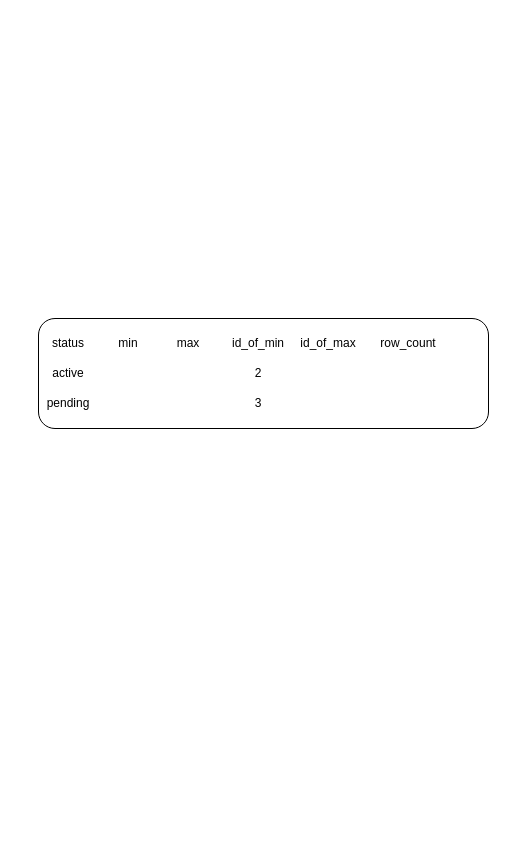
The draw.io diagram page "icon_AGG" (3 of 3) of docs/schemas.drawio in ewanld/pg_formulas, before the edit. Source tidied: cells renumbered, new cells numbered last; positions are measured from the earlier drawing's top-left corner, leaving out a move shared by most shapes. Both pictures are drawn from the tidied source at 100%, with x=0, y=0 at pixel (38, 318).
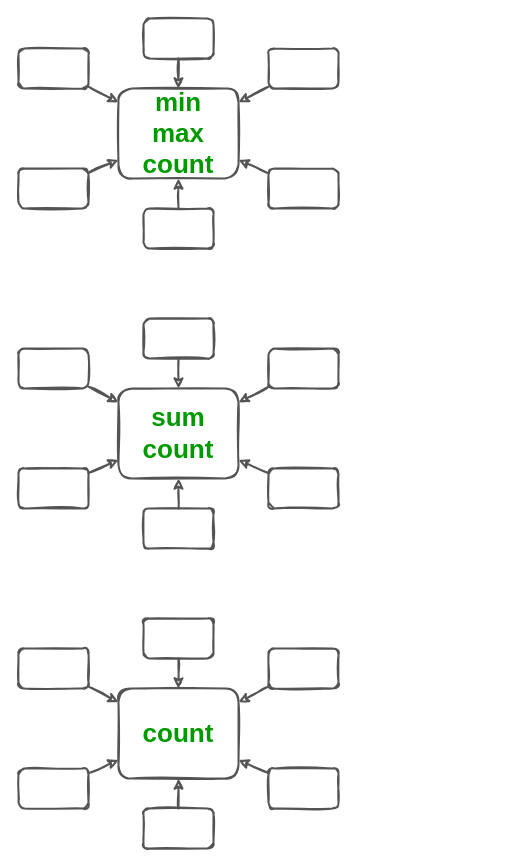
The same page after the edit.

What changed in the source:
```diff
@@
-    <mxCell id="2" style="rounded=1;whiteSpace=wrap;html=1;" parent="1" vertex="1">
-      <mxGeometry width="450" height="110" as="geometry" />
-    </mxCell>
-    <mxCell id="3" value="status" style="text;html=1;strokeColor=none;fillColor=none;align=center;verticalAlign=middle;whiteSpace=wrap;rounded=0;" parent="1" vertex="1">
-      <mxGeometry y="10" width="60" height="30" as="geometry" />
-    </mxCell>
-    <mxCell id="4" value="min" style="text;html=1;strokeColor=none;fillColor=none;align=center;verticalAlign=middle;whiteSpace=wrap;rounded=0;" parent="1" vertex="1">
-      <mxGeometry x="60" y="10" width="60" height="30" as="geometry" />
-    </mxCell>
-    <mxCell id="5" value="max" style="text;html=1;strokeColor=none;fillColor=none;align=center;verticalAlign=middle;whiteSpace=wrap;rounded=0;" parent="1" vertex="1">
-      <mxGeometry x="120" y="10" width="60" height="30" as="geometry" />
-    </mxCell>
-    <mxCell id="6" value="id_of_min" style="text;html=1;strokeColor=none;fillColor=none;align=center;verticalAlign=middle;whiteSpace=wrap;rounded=0;" parent="1" vertex="1">
-      <mxGeometry x="190" y="10" width="60" height="30" as="geometry" />
-    </mxCell>
-    <mxCell id="7" value="id_of_max" style="text;html=1;strokeColor=none;fillColor=none;align=center;verticalAlign=middle;whiteSpace=wrap;rounded=0;" parent="1" vertex="1">
-      <mxGeometry x="260" y="10" width="60" height="30" as="geometry" />
-    </mxCell>
-    <mxCell id="8" value="row_count" style="text;html=1;strokeColor=none;fillColor=none;align=center;verticalAlign=middle;whiteSpace=wrap;rounded=0;" parent="1" vertex="1">
-      <mxGeometry x="340" y="10" width="60" height="30" as="geometry" />
-    </mxCell>
-    <mxCell id="9" value="active" style="text;html=1;strokeColor=none;fillColor=none;align=center;verticalAlign=middle;whiteSpace=wrap;rounded=0;" parent="1" vertex="1">
-      <mxGeometry y="40" width="60" height="30" as="geometry" />
-    </mxCell>
-    <mxCell id="10" value="pending" style="text;html=1;strokeColor=none;fillColor=none;align=center;verticalAlign=middle;whiteSpace=wrap;rounded=0;" parent="1" vertex="1">
-      <mxGeometry y="70" width="60" height="30" as="geometry" />
-    </mxCell>
-    <mxCell id="11" value="2" style="text;html=1;strokeColor=none;fillColor=none;align=center;verticalAlign=middle;whiteSpace=wrap;rounded=0;" parent="1" vertex="1">
-      <mxGeometry x="190" y="40" width="60" height="30" as="geometry" />
-    </mxCell>
-    <mxCell id="12" value="3" style="text;html=1;strokeColor=none;fillColor=none;align=center;verticalAlign=middle;whiteSpace=wrap;rounded=0;" parent="1" vertex="1">
-      <mxGeometry x="190" y="70" width="60" height="30" as="geometry" />
-    </mxCell>
+    <mxCell id="13" value="min&lt;br style=&quot;font-size: 26px&quot;&gt;max&lt;br style=&quot;font-size: 26px&quot;&gt;count" style="rounded=1;whiteSpace=wrap;html=1;fontSize=26;fontColor=#009900;fontStyle=1;strokeColor=#545454;strokeWidth=2;sketch=1;" parent="1" vertex="1">
+      <mxGeometry x="80" y="-230" width="120" height="90" as="geometry" />
+    </mxCell>
+    <mxCell id="14" style="rounded=1;whiteSpace=wrap;html=1;strokeColor=#545454;strokeWidth=2;sketch=1;" parent="1" vertex="1">
+      <mxGeometry x="105" y="-300" width="70" height="40" as="geometry" />
+    </mxCell>
+    <mxCell id="15" style="endArrow=classic;html=1;rounded=0;strokeColor=#545454;strokeWidth=2;sketch=1;" parent="1" edge="1" source="14" target="13">
+      <mxGeometry relative="1" as="geometry" />
+    </mxCell>
+    <mxCell id="16" style="rounded=1;whiteSpace=wrap;html=1;strokeColor=#545454;strokeWidth=2;sketch=1;" parent="1" vertex="1">
+      <mxGeometry x="230" y="-270" width="70" height="40" as="geometry" />
+    </mxCell>
+    <mxCell id="17" style="rounded=1;whiteSpace=wrap;html=1;strokeColor=#545454;strokeWidth=2;sketch=1;" parent="1" vertex="1">
+      <mxGeometry x="230" y="-150" width="70" height="40" as="geometry" />
+    </mxCell>
+    <mxCell id="18" style="endArrow=classic;html=1;rounded=0;strokeColor=#545454;strokeWidth=2;sketch=1;" parent="1" edge="1" source="16" target="13">
+      <mxGeometry relative="1" as="geometry" />
+    </mxCell>
+    <mxCell id="19" style="endArrow=classic;html=1;rounded=0;strokeColor=#545454;strokeWidth=2;sketch=1;" parent="1" edge="1" source="17" target="13">
+      <mxGeometry relative="1" as="geometry" />
+    </mxCell>
+    <mxCell id="20" style="rounded=1;whiteSpace=wrap;html=1;strokeColor=#545454;strokeWidth=2;sketch=1;" parent="1" vertex="1">
+      <mxGeometry x="-20" y="-270" width="70" height="40" as="geometry" />
+    </mxCell>
+    <mxCell id="21" style="endArrow=classic;html=1;rounded=0;strokeColor=#545454;strokeWidth=2;sketch=1;" parent="1" edge="1" source="20" target="13">
+      <mxGeometry relative="1" as="geometry" />
+    </mxCell>
+    <mxCell id="22" style="rounded=1;whiteSpace=wrap;html=1;strokeColor=#545454;strokeWidth=2;sketch=1;" parent="1" vertex="1">
+      <mxGeometry x="-20" y="-150" width="70" height="40" as="geometry" />
+    </mxCell>
+    <mxCell id="23" style="endArrow=classic;html=1;rounded=0;strokeColor=#545454;strokeWidth=2;sketch=1;" parent="1" edge="1" source="22" target="13">
+      <mxGeometry relative="1" as="geometry" />
+    </mxCell>
+    <mxCell id="24" style="rounded=1;whiteSpace=wrap;html=1;strokeColor=#545454;strokeWidth=2;sketch=1;" parent="1" vertex="1">
+      <mxGeometry x="105" y="-110" width="70" height="40" as="geometry" />
+    </mxCell>
+    <mxCell id="25" style="endArrow=classic;html=1;rounded=0;strokeColor=#545454;strokeWidth=2;sketch=1;" parent="1" edge="1" source="24" target="13">
+      <mxGeometry relative="1" as="geometry" />
+    </mxCell>
+    <mxCell id="26" value="sum&lt;br style=&quot;font-size: 26px&quot;&gt;count" style="rounded=1;whiteSpace=wrap;html=1;fontSize=26;fontColor=#009900;fontStyle=1;strokeColor=#545454;strokeWidth=2;sketch=1;" parent="1" vertex="1">
+      <mxGeometry x="80" y="70" width="120" height="90" as="geometry" />
+    </mxCell>
+    <mxCell id="27" style="rounded=1;whiteSpace=wrap;html=1;strokeColor=#545454;strokeWidth=2;sketch=1;" parent="1" vertex="1">
+      <mxGeometry x="105" width="70" height="40" as="geometry" />
+    </mxCell>
+    <mxCell id="28" style="endArrow=classic;html=1;rounded=0;strokeColor=#545454;strokeWidth=2;sketch=1;" parent="1" edge="1" source="27" target="26">
+      <mxGeometry relative="1" as="geometry" />
+    </mxCell>
+    <mxCell id="29" style="rounded=1;whiteSpace=wrap;html=1;strokeColor=#545454;strokeWidth=2;sketch=1;" parent="1" vertex="1">
+      <mxGeometry x="230" y="30" width="70" height="40" as="geometry" />
+    </mxCell>
+    <mxCell id="30" style="rounded=1;whiteSpace=wrap;html=1;strokeColor=#545454;strokeWidth=2;sketch=1;" parent="1" vertex="1">
+      <mxGeometry x="230" y="150" width="70" height="40" as="geometry" />
+    </mxCell>
+    <mxCell id="31" style="endArrow=classic;html=1;rounded=0;strokeColor=#545454;strokeWidth=2;sketch=1;" parent="1" edge="1" source="29" target="26">
+      <mxGeometry relative="1" as="geometry" />
+    </mxCell>
+    <mxCell id="32" style="endArrow=classic;html=1;rounded=0;strokeColor=#545454;strokeWidth=2;sketch=1;" parent="1" edge="1" source="30" target="26">
+      <mxGeometry relative="1" as="geometry" />
+    </mxCell>
+    <mxCell id="33" style="rounded=1;whiteSpace=wrap;html=1;strokeColor=#545454;strokeWidth=2;sketch=1;" parent="1" vertex="1">
+      <mxGeometry x="-20" y="30" width="70" height="40" as="geometry" />
+    </mxCell>
+    <mxCell id="34" style="endArrow=classic;html=1;rounded=0;strokeColor=#545454;strokeWidth=2;sketch=1;" parent="1" edge="1" source="33" target="26">
+      <mxGeometry relative="1" as="geometry" />
+    </mxCell>
+    <mxCell id="35" style="rounded=1;whiteSpace=wrap;html=1;strokeColor=#545454;strokeWidth=2;sketch=1;" parent="1" vertex="1">
+      <mxGeometry x="-20" y="150" width="70" height="40" as="geometry" />
+    </mxCell>
+    <mxCell id="36" style="endArrow=classic;html=1;rounded=0;strokeColor=#545454;strokeWidth=2;sketch=1;" parent="1" edge="1" source="35" target="26">
+      <mxGeometry relative="1" as="geometry" />
+    </mxCell>
+    <mxCell id="37" style="rounded=1;whiteSpace=wrap;html=1;strokeColor=#545454;strokeWidth=2;sketch=1;" parent="1" vertex="1">
+      <mxGeometry x="105" y="190" width="70" height="40" as="geometry" />
+    </mxCell>
+    <mxCell id="38" style="endArrow=classic;html=1;rounded=0;strokeColor=#545454;strokeWidth=2;sketch=1;" parent="1" edge="1" source="37" target="26">
+      <mxGeometry relative="1" as="geometry" />
+    </mxCell>
+    <mxCell id="39" value="count" style="rounded=1;whiteSpace=wrap;html=1;fontSize=26;fontColor=#009900;fontStyle=1;strokeColor=#545454;strokeWidth=2;sketch=1;" parent="1" vertex="1">
+      <mxGeometry x="80" y="370" width="120" height="90" as="geometry" />
+    </mxCell>
+    <mxCell id="40" style="rounded=1;whiteSpace=wrap;html=1;strokeColor=#545454;strokeWidth=2;sketch=1;" parent="1" vertex="1">
+      <mxGeometry x="105" y="300" width="70" height="40" as="geometry" />
+    </mxCell>
+    <mxCell id="41" style="endArrow=classic;html=1;rounded=0;strokeColor=#545454;strokeWidth=2;sketch=1;" parent="1" edge="1" source="40" target="39">
+      <mxGeometry relative="1" as="geometry" />
+    </mxCell>
+    <mxCell id="42" style="rounded=1;whiteSpace=wrap;html=1;strokeColor=#545454;strokeWidth=2;sketch=1;" parent="1" vertex="1">
+      <mxGeometry x="230" y="330" width="70" height="40" as="geometry" />
+    </mxCell>
+    <mxCell id="43" style="rounded=1;whiteSpace=wrap;html=1;strokeColor=#545454;strokeWidth=2;sketch=1;" parent="1" vertex="1">
+      <mxGeometry x="230" y="450" width="70" height="40" as="geometry" />
+    </mxCell>
+    <mxCell id="44" style="endArrow=classic;html=1;rounded=0;strokeColor=#545454;strokeWidth=2;sketch=1;" parent="1" edge="1" source="42" target="39">
+      <mxGeometry relative="1" as="geometry" />
+    </mxCell>
+    <mxCell id="45" style="endArrow=classic;html=1;rounded=0;strokeColor=#545454;strokeWidth=2;sketch=1;" parent="1" edge="1" source="43" target="39">
+      <mxGeometry relative="1" as="geometry" />
+    </mxCell>
+    <mxCell id="46" style="rounded=1;whiteSpace=wrap;html=1;strokeColor=#545454;strokeWidth=2;sketch=1;" parent="1" vertex="1">
+      <mxGeometry x="-20" y="330" width="70" height="40" as="geometry" />
+    </mxCell>
+    <mxCell id="47" style="endArrow=classic;html=1;rounded=0;strokeColor=#545454;strokeWidth=2;sketch=1;" parent="1" edge="1" source="46" target="39">
+      <mxGeometry relative="1" as="geometry" />
+    </mxCell>
+    <mxCell id="48" style="rounded=1;whiteSpace=wrap;html=1;strokeColor=#545454;strokeWidth=2;sketch=1;" parent="1" vertex="1">
+      <mxGeometry x="-20" y="450" width="70" height="40" as="geometry" />
+    </mxCell>
+    <mxCell id="49" style="endArrow=classic;html=1;rounded=0;strokeColor=#545454;strokeWidth=2;sketch=1;" parent="1" edge="1" source="48" target="39">
+      <mxGeometry relative="1" as="geometry" />
+    </mxCell>
+    <mxCell id="50" style="rounded=1;whiteSpace=wrap;html=1;strokeColor=#545454;strokeWidth=2;sketch=1;" parent="1" vertex="1">
+      <mxGeometry x="105" y="490" width="70" height="40" as="geometry" />
+    </mxCell>
+    <mxCell id="51" style="endArrow=classic;html=1;rounded=0;strokeColor=#545454;strokeWidth=2;sketch=1;" parent="1" edge="1" source="50" target="39">
+      <mxGeometry relative="1" as="geometry" />
+    </mxCell>
```
